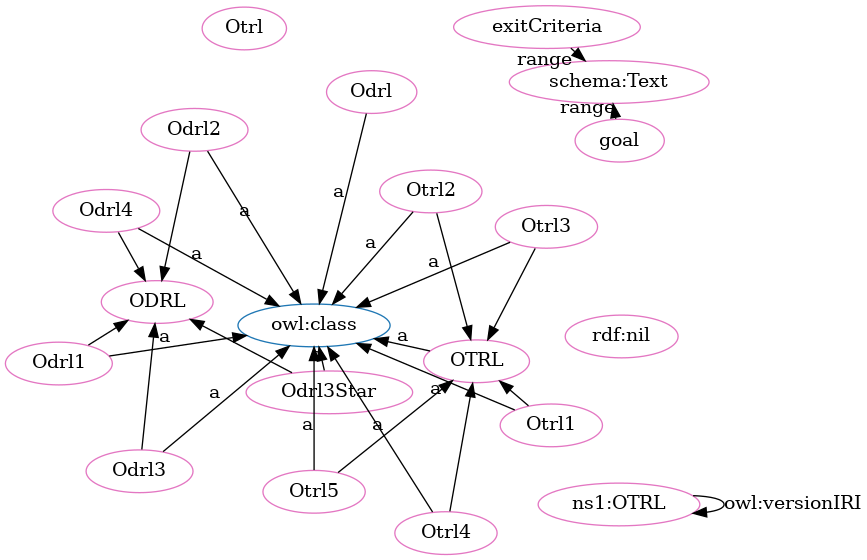
Above: OTRL-clean.png in OPEN-NEXT/OKH-LOSH (Graphviz), before the change. Its source is kept beside it as OTRL-clean.dot.
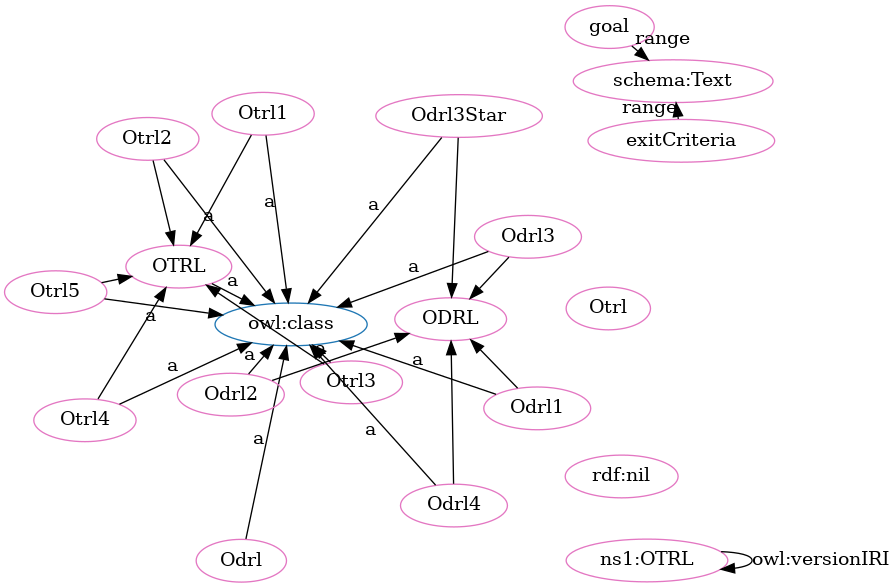
The same diagram one commit later.

The edit, as a diff of the source:
```diff
@@ -1,51 +1,51 @@
 digraph G {
   rankdir=BT
   node[height=.3]
+"http://purl.org/oseg/ontologies/OTRL#OTRL" [fillcolor="#1f77b4" color="#1f77b4" label="OTRL"]
+"http://www.w3.org/2002/07/owl#class" [fillcolor="#1f77b4" color="#1f77b4" label="owl:class"]
 "http://purl.org/oseg/ontologies/OTRL#ODRL" [fillcolor="#1f77b4" color="#1f77b4" label="ODRL"]
-"http://www.w3.org/2002/07/owl#class" [fillcolor="#1f77b4" color="#1f77b4" label="owl:class"]
-"http://purl.org/oseg/ontologies/OTRL#OTRL" [fillcolor="#1f77b4" color="#1f77b4" label="OTRL"]
+"http://purl.org/oseg/ontologies/OTRL#OTRL" [fillcolor="#e377c2" color="#e377c2" label="OTRL"]
+"http://purl.org/oseg/ontologies/OTRL#Otrl2" [fillcolor="#e377c2" color="#e377c2" label="Otrl2"]
+"http://purl.org/oseg/ontologies/OTRL#goal" [fillcolor="#e377c2" color="#e377c2" label="goal"]
+"http://purl.org/oseg/ontologies/OTRL#Odrl3Star" [fillcolor="#e377c2" color="#e377c2" label="Odrl3Star"]
+"http://www.w3.org/1999/02/22-rdf-syntax-ns#nil" [fillcolor="#e377c2" color="#e377c2" label="rdf:nil"]
+"http://purl.org/oseg/ontologies/OTRL#Otrl5" [fillcolor="#e377c2" color="#e377c2" label="Otrl5"]
 "http://purl.org/oseg/ontologies/OTRL#Otrl" [fillcolor="#e377c2" color="#e377c2" label="Otrl"]
+"http://purl.org/oseg/ontologies/OTRL#Odrl" [fillcolor="#e377c2" color="#e377c2" label="Odrl"]
 "http://purl.org/oseg/ontologies/OTRL#ODRL" [fillcolor="#e377c2" color="#e377c2" label="ODRL"]
+"http://purl.org/oseg/ontologies/OTRL#Otrl3" [fillcolor="#e377c2" color="#e377c2" label="Otrl3"]
+"http://schema.org/Text" [fillcolor="#e377c2" color="#e377c2" label="schema:Text"]
 "http://purl.org/oseg/ontologies/OTRL" [fillcolor="#e377c2" color="#e377c2" label="ns1:OTRL"]
-"http://purl.org/oseg/ontologies/OTRL#OTRL" [fillcolor="#e377c2" color="#e377c2" label="OTRL"]
+"http://purl.org/oseg/ontologies/OTRL#Otrl4" [fillcolor="#e377c2" color="#e377c2" label="Otrl4"]
+"http://purl.org/oseg/ontologies/OTRL#Odrl4" [fillcolor="#e377c2" color="#e377c2" label="Odrl4"]
 "http://purl.org/oseg/ontologies/OTRL#exitCriteria" [fillcolor="#e377c2" color="#e377c2" label="exitCriteria"]
-"http://www.w3.org/1999/02/22-rdf-syntax-ns#nil" [fillcolor="#e377c2" color="#e377c2" label="rdf:nil"]
-"http://purl.org/oseg/ontologies/OTRL#Odrl" [fillcolor="#e377c2" color="#e377c2" label="Odrl"]
-"http://purl.org/oseg/ontologies/OTRL#Otrl2" [fillcolor="#e377c2" color="#e377c2" label="Otrl2"]
-"http://purl.org/oseg/ontologies/OTRL#Odrl4" [fillcolor="#e377c2" color="#e377c2" label="Odrl4"]
+"http://purl.org/oseg/ontologies/OTRL#Otrl1" [fillcolor="#e377c2" color="#e377c2" label="Otrl1"]
+"http://purl.org/oseg/ontologies/OTRL#Odrl2" [fillcolor="#e377c2" color="#e377c2" label="Odrl2"]
+"http://purl.org/oseg/ontologies/OTRL#Odrl1" [fillcolor="#e377c2" color="#e377c2" label="Odrl1"]
 "http://purl.org/oseg/ontologies/OTRL#Odrl3" [fillcolor="#e377c2" color="#e377c2" label="Odrl3"]
-"http://purl.org/oseg/ontologies/OTRL#Odrl3Star" [fillcolor="#e377c2" color="#e377c2" label="Odrl3Star"]
-"http://purl.org/oseg/ontologies/OTRL#Odrl1" [fillcolor="#e377c2" color="#e377c2" label="Odrl1"]
-"http://purl.org/oseg/ontologies/OTRL#Otrl5" [fillcolor="#e377c2" color="#e377c2" label="Otrl5"]
-"http://schema.org/Text" [fillcolor="#e377c2" color="#e377c2" label="schema:Text"]
-"http://purl.org/oseg/ontologies/OTRL#Otrl4" [fillcolor="#e377c2" color="#e377c2" label="Otrl4"]
-"http://purl.org/oseg/ontologies/OTRL#goal" [fillcolor="#e377c2" color="#e377c2" label="goal"]
-"http://purl.org/oseg/ontologies/OTRL#Odrl2" [fillcolor="#e377c2" color="#e377c2" label="Odrl2"]
-"http://purl.org/oseg/ontologies/OTRL#Otrl1" [fillcolor="#e377c2" color="#e377c2" label="Otrl1"]
-"http://purl.org/oseg/ontologies/OTRL#Otrl3" [fillcolor="#e377c2" color="#e377c2" label="Otrl3"]
-  "http://purl.org/oseg/ontologies/OTRL#Odrl3Star" -> "http://purl.org/oseg/ontologies/OTRL#ODRL" [label=""]
-  "http://purl.org/oseg/ontologies/OTRL" -> "http://purl.org/oseg/ontologies/OTRL" [label="owl:versionIRI"]
+  "http://purl.org/oseg/ontologies/OTRL#Otrl3" -> "http://purl.org/oseg/ontologies/OTRL#OTRL" [label=""]
+  "http://purl.org/oseg/ontologies/OTRL#Odrl" -> "http://www.w3.org/2002/07/owl#class" [label="a"]
+  "http://purl.org/oseg/ontologies/OTRL#Odrl3" -> "http://purl.org/oseg/ontologies/OTRL#ODRL" [label=""]
+  "http://purl.org/oseg/ontologies/OTRL#Otrl4" -> "http://purl.org/oseg/ontologies/OTRL#OTRL" [label=""]
+  "http://purl.org/oseg/ontologies/OTRL#Odrl4" -> "http://purl.org/oseg/ontologies/OTRL#ODRL" [label=""]
+  "http://purl.org/oseg/ontologies/OTRL#Otrl4" -> "http://www.w3.org/2002/07/owl#class" [label="a"]
+  "http://purl.org/oseg/ontologies/OTRL#Odrl3" -> "http://www.w3.org/2002/07/owl#class" [label="a"]
+  "http://purl.org/oseg/ontologies/OTRL#Odrl2" -> "http://purl.org/oseg/ontologies/OTRL#ODRL" [label=""]
+  "http://purl.org/oseg/ontologies/OTRL#Otrl1" -> "http://www.w3.org/2002/07/owl#class" [label="a"]
+  "http://purl.org/oseg/ontologies/OTRL#Odrl1" -> "http://purl.org/oseg/ontologies/OTRL#ODRL" [label=""]
+  "http://purl.org/oseg/ontologies/OTRL#Odrl2" -> "http://www.w3.org/2002/07/owl#class" [label="a"]
+  "http://purl.org/oseg/ontologies/OTRL#Otrl2" -> "http://purl.org/oseg/ontologies/OTRL#OTRL" [label=""]
+  "http://purl.org/oseg/ontologies/OTRL#Otrl5" -> "http://purl.org/oseg/ontologies/OTRL#OTRL" [label=""]
   "http://purl.org/oseg/ontologies/OTRL#Otrl2" -> "http://www.w3.org/2002/07/owl#class" [label="a"]
-  "http://purl.org/oseg/ontologies/OTRL#Otrl3" -> "http://www.w3.org/2002/07/owl#class" [label="a"]
-  "http://purl.org/oseg/ontologies/OTRL#Odrl" -> "http://www.w3.org/2002/07/owl#class" [label="a"]
-  "http://purl.org/oseg/ontologies/OTRL#Odrl3" -> "http://www.w3.org/2002/07/owl#class" [label="a"]
   "http://purl.org/oseg/ontologies/OTRL#Odrl3Star" -> "http://www.w3.org/2002/07/owl#class" [label="a"]
   "http://purl.org/oseg/ontologies/OTRL#Otrl5" -> "http://www.w3.org/2002/07/owl#class" [label="a"]
+  "http://purl.org/oseg/ontologies/OTRL#Otrl3" -> "http://www.w3.org/2002/07/owl#class" [label="a"]
+  "http://purl.org/oseg/ontologies/OTRL#Odrl3Star" -> "http://purl.org/oseg/ontologies/OTRL#ODRL" [label=""]
+  "http://purl.org/oseg/ontologies/OTRL#Otrl1" -> "http://purl.org/oseg/ontologies/OTRL#OTRL" [label=""]
   "http://purl.org/oseg/ontologies/OTRL#exitCriteria" -> "http://schema.org/Text" [label="range"]
-  "http://purl.org/oseg/ontologies/OTRL#Otrl4" -> "http://www.w3.org/2002/07/owl#class" [label="a"]
+  "http://purl.org/oseg/ontologies/OTRL" -> "http://purl.org/oseg/ontologies/OTRL" [label="owl:versionIRI"]
+  "http://purl.org/oseg/ontologies/OTRL#Odrl4" -> "http://www.w3.org/2002/07/owl#class" [label="a"]
+  "http://purl.org/oseg/ontologies/OTRL#OTRL" -> "http://www.w3.org/2002/07/owl#class" [label="a"]
+  "http://purl.org/oseg/ontologies/OTRL#Odrl1" -> "http://www.w3.org/2002/07/owl#class" [label="a"]
   "http://purl.org/oseg/ontologies/OTRL#goal" -> "http://schema.org/Text" [label="range"]
-  "http://purl.org/oseg/ontologies/OTRL#Odrl2" -> "http://www.w3.org/2002/07/owl#class" [label="a"]
-  "http://purl.org/oseg/ontologies/OTRL#Odrl2" -> "http://purl.org/oseg/ontologies/OTRL#ODRL" [label=""]
-  "http://purl.org/oseg/ontologies/OTRL#Otrl4" -> "http://purl.org/oseg/ontologies/OTRL#OTRL" [label=""]
-  "http://purl.org/oseg/ontologies/OTRL#Odrl1" -> "http://purl.org/oseg/ontologies/OTRL#ODRL" [label=""]
-  "http://purl.org/oseg/ontologies/OTRL#OTRL" -> "http://www.w3.org/2002/07/owl#class" [label="a"]
-  "http://purl.org/oseg/ontologies/OTRL#Odrl4" -> "http://purl.org/oseg/ontologies/OTRL#ODRL" [label=""]
-  "http://purl.org/oseg/ontologies/OTRL#Odrl4" -> "http://www.w3.org/2002/07/owl#class" [label="a"]
-  "http://purl.org/oseg/ontologies/OTRL#Otrl1" -> "http://purl.org/oseg/ontologies/OTRL#OTRL" [label=""]
-  "http://purl.org/oseg/ontologies/OTRL#Odrl1" -> "http://www.w3.org/2002/07/owl#class" [label="a"]
-  "http://purl.org/oseg/ontologies/OTRL#Otrl3" -> "http://purl.org/oseg/ontologies/OTRL#OTRL" [label=""]
-  "http://purl.org/oseg/ontologies/OTRL#Otrl5" -> "http://purl.org/oseg/ontologies/OTRL#OTRL" [label=""]
-  "http://purl.org/oseg/ontologies/OTRL#Otrl2" -> "http://purl.org/oseg/ontologies/OTRL#OTRL" [label=""]
-  "http://purl.org/oseg/ontologies/OTRL#Otrl1" -> "http://www.w3.org/2002/07/owl#class" [label="a"]
-  "http://purl.org/oseg/ontologies/OTRL#Odrl3" -> "http://purl.org/oseg/ontologies/OTRL#ODRL" [label=""]
 }
```
